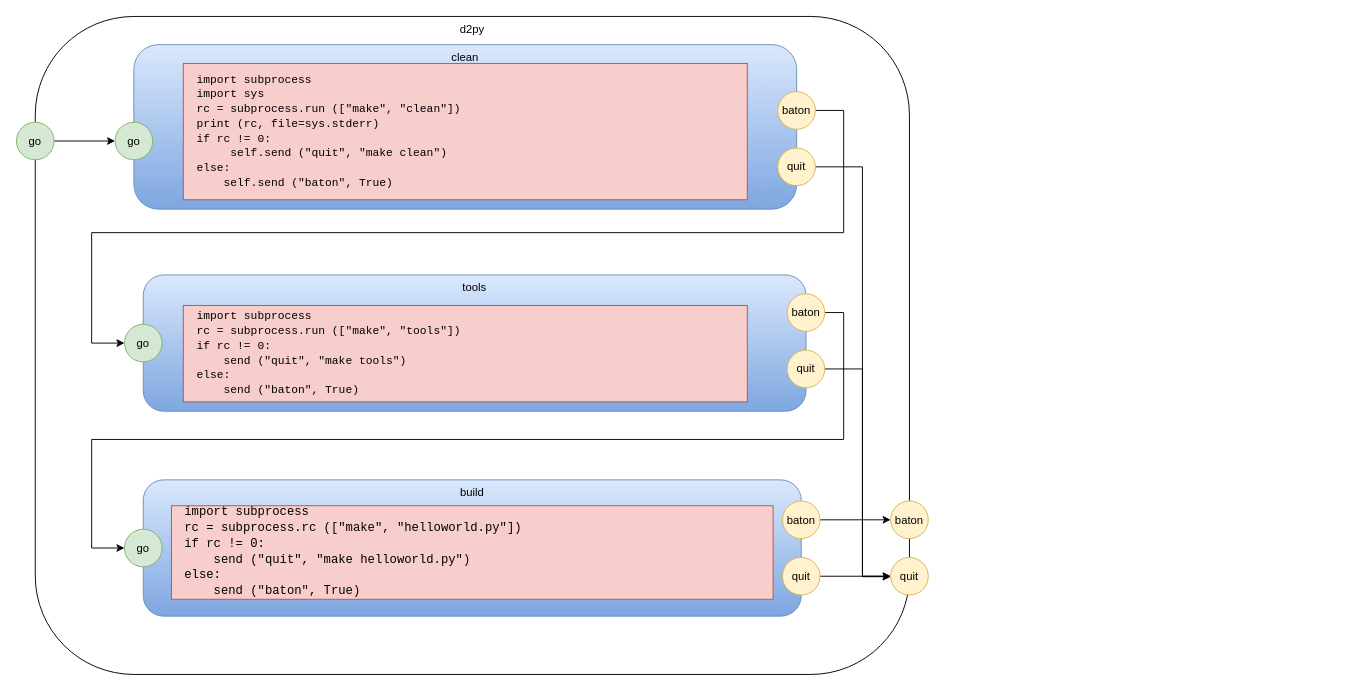
guitarvydas/das keeps this draw.io diagram as d2py.drawio. Above is the earlier version. Source tidied: cells renumbered, new cells numbered last; positions are measured from the earlier drawing's top-left corner, leaving out a move shared by most shapes. Both pictures are drawn from the tidied source at 94%, with x=0, y=0 at pixel (16, 16).
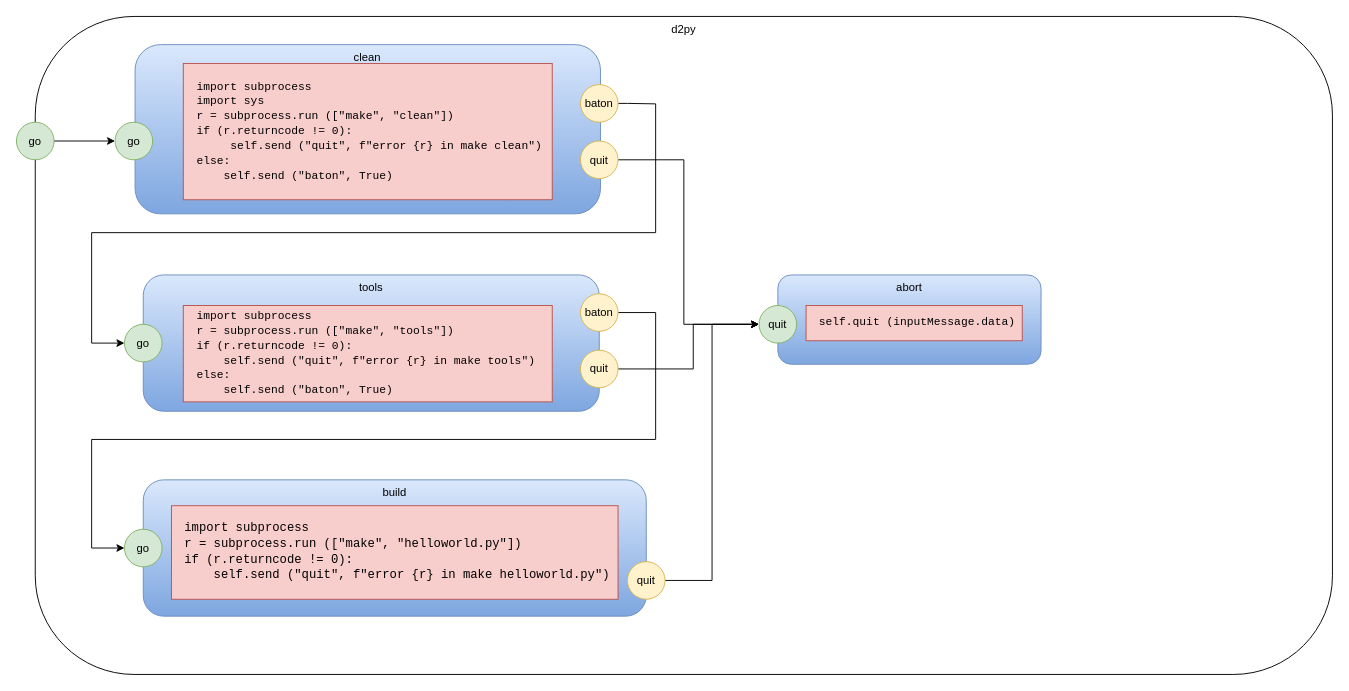
Above is the later version.

The change refers to these unchanged cells:
```xml
<mxCell id="14" value="go" style="ellipse;whiteSpace=wrap;html=1;fillColor=#d5e8d4;strokeColor=#82b366;" parent="1" vertex="1">
  <mxGeometry x="114.9" y="327.5" width="40" height="40" as="geometry" />
</mxCell>
<mxCell id="19" value="go" style="ellipse;whiteSpace=wrap;html=1;fillColor=#d5e8d4;strokeColor=#82b366;" parent="1" vertex="1">
  <mxGeometry x="114.9" y="545.5" width="40" height="40" as="geometry" />
</mxCell>
```

The edit, as a diff of the source:
```diff
@@
     <mxCell id="2" value="d2py" style="rounded=1;whiteSpace=wrap;html=1;verticalAlign=top;" parent="1" vertex="1">
-      <mxGeometry x="20" width="930" height="700" as="geometry" />
+      <mxGeometry x="20" width="1380" height="700" as="geometry" />
     </mxCell>
     <mxCell id="3" value="tools" style="rounded=1;whiteSpace=wrap;html=1;verticalAlign=top;fillColor=#dae8fc;strokeColor=#6c8ebf;gradientColor=#7ea6e0;" parent="1" vertex="1">
-      <mxGeometry x="134.9" y="275" width="705.1" height="145" as="geometry" />
+      <mxGeometry x="134.9" y="275" width="485.1" height="145" as="geometry" />
     </mxCell>
     <mxCell id="4" value="build" style="rounded=1;whiteSpace=wrap;html=1;gradientColor=#7ea6e0;fillColor=#dae8fc;strokeColor=#6c8ebf;verticalAlign=top;" parent="1" vertex="1">
-      <mxGeometry x="134.9" y="493" width="700" height="145" as="geometry" />
+      <mxGeometry x="134.9" y="493" width="535.1" height="145" as="geometry" />
     </mxCell>
     <mxCell id="5" value="clean" style="rounded=1;whiteSpace=wrap;html=1;gradientColor=#7ea6e0;fillColor=#dae8fc;strokeColor=#6c8ebf;verticalAlign=top;" parent="1" vertex="1">
-      <mxGeometry x="124.9" y="30" width="705.1" height="175" as="geometry" />
+      <mxGeometry x="126.2" y="30" width="495.1" height="180" as="geometry" />
     </mxCell>
-    <mxCell id="6" value="&lt;pre class=&quot;lang-py s-code-block&quot; style=&quot;margin-top: 0px ; margin-bottom: 0px ; padding: 12px ; border: 0px ; font-stretch: inherit ; line-height: 1.30769 ; vertical-align: baseline ; box-sizing: inherit ; width: auto ; max-height: 600px ; overflow: auto ; border-radius: 5px ; overflow-wrap: normal&quot;&gt;import subprocess&lt;br&gt;import sys&lt;br&gt;rc = subprocess.run ([&quot;make&quot;, &quot;clean&quot;])&lt;br&gt;print (rc, file=sys.stderr)&lt;br&gt;if rc != 0:&lt;br&gt;     self.send (&quot;quit&quot;, &quot;make clean&quot;)&lt;br&gt;else:&lt;br&gt;    self.send (&quot;baton&quot;, True)&lt;/pre&gt;&lt;div&gt;&lt;/div&gt;" style="rounded=0;whiteSpace=wrap;html=1;fillColor=#f8cecc;strokeColor=#b85450;align=left;" parent="1" vertex="1">
-      <mxGeometry x="177.5" y="50" width="600" height="145" as="geometry" />
+    <mxCell id="6" value="&lt;pre class=&quot;lang-py s-code-block&quot; style=&quot;margin-top: 0px ; margin-bottom: 0px ; padding: 12px ; border: 0px ; font-stretch: inherit ; line-height: 1.30769 ; vertical-align: baseline ; box-sizing: inherit ; width: auto ; max-height: 600px ; overflow: auto ; border-radius: 5px ; overflow-wrap: normal&quot;&gt;import subprocess&lt;br&gt;import sys&lt;br&gt;r = subprocess.run ([&quot;make&quot;, &quot;clean&quot;])&lt;br&gt;if (r.returncode != 0):&lt;br&gt;     self.send (&quot;quit&quot;, f&quot;error {r} in make clean&quot;)&lt;br&gt;else:&lt;br&gt;    self.send (&quot;baton&quot;, True)&lt;/pre&gt;&lt;div&gt;&lt;/div&gt;" style="rounded=0;whiteSpace=wrap;html=1;fillColor=#f8cecc;strokeColor=#b85450;align=left;" parent="1" vertex="1">
+      <mxGeometry x="177.5" y="50" width="392.5" height="145" as="geometry" />
     </mxCell>
-    <mxCell id="7" value="&lt;pre class=&quot;lang-py s-code-block&quot; style=&quot;margin-top: 0px ; margin-bottom: 0px ; padding: 12px ; border: 0px ; font-stretch: inherit ; line-height: 1.30769 ; vertical-align: baseline ; box-sizing: inherit ; width: auto ; max-height: 600px ; overflow: auto ; border-radius: 5px ; overflow-wrap: normal&quot;&gt;import subprocess&lt;br&gt;rc = subprocess.run ([&quot;make&quot;, &quot;tools&quot;])&lt;br&gt;if rc != 0:&lt;br&gt;    send (&quot;quit&quot;, &quot;make tools&quot;)&lt;br&gt;else:&lt;br&gt;    send (&quot;baton&quot;, True)&lt;/pre&gt;&lt;div&gt;&lt;/div&gt;" style="rounded=0;whiteSpace=wrap;html=1;fillColor=#f8cecc;strokeColor=#b85450;align=left;" parent="1" vertex="1">
-      <mxGeometry x="177.5" y="307.5" width="600" height="102.5" as="geometry" />
+    <mxCell id="7" value="&lt;pre class=&quot;lang-py s-code-block&quot; style=&quot;margin-top: 0px ; margin-bottom: 0px ; padding: 12px ; border: 0px ; font-stretch: inherit ; line-height: 1.30769 ; vertical-align: baseline ; box-sizing: inherit ; width: auto ; max-height: 600px ; overflow: auto ; border-radius: 5px ; overflow-wrap: normal&quot;&gt;import subprocess&lt;br&gt;r = subprocess.run ([&quot;make&quot;, &quot;tools&quot;])&lt;br&gt;if (r.returncode != 0):&lt;br&gt;    self.send (&quot;quit&quot;, f&quot;error {r} in make tools&quot;)&lt;br&gt;else:&lt;br&gt;    self.send (&quot;baton&quot;, True)&lt;/pre&gt;&lt;div&gt;&lt;/div&gt;" style="rounded=0;whiteSpace=wrap;html=1;fillColor=#f8cecc;strokeColor=#b85450;align=left;" parent="1" vertex="1">
+      <mxGeometry x="177.5" y="307.5" width="392.5" height="102.5" as="geometry" />
     </mxCell>
-    <mxCell id="8" value="&lt;pre class=&quot;lang-py s-code-block&quot; style=&quot;margin-top: 0px ; margin-bottom: 0px ; padding: 12px ; border: 0px ; font-stretch: inherit ; line-height: 1.30769 ; vertical-align: baseline ; box-sizing: inherit ; width: auto ; max-height: 600px ; overflow: auto ; border-radius: 5px ; overflow-wrap: normal&quot;&gt;&lt;span style=&quot;font-size: 13px&quot;&gt;import subprocess&lt;br&gt;rc = subprocess.rc ([&quot;make&quot;, &quot;helloworld.py&quot;])&lt;br&gt;if rc != 0:&lt;br&gt;    send (&quot;quit&quot;, &quot;make helloworld.py&quot;)&lt;br&gt;else:&lt;br&gt;    send (&quot;baton&quot;, True)&lt;/span&gt;&lt;/pre&gt;&lt;div&gt;&lt;/div&gt;" style="rounded=0;whiteSpace=wrap;html=1;fillColor=#f8cecc;strokeColor=#b85450;align=left;" parent="1" vertex="1">
-      <mxGeometry x="164.9" y="520.5" width="640" height="99.5" as="geometry" />
+    <mxCell id="8" value="&lt;pre class=&quot;lang-py s-code-block&quot; style=&quot;margin-top: 0px ; margin-bottom: 0px ; padding: 12px ; border: 0px ; font-stretch: inherit ; line-height: 1.30769 ; vertical-align: baseline ; box-sizing: inherit ; width: auto ; max-height: 600px ; overflow: auto ; border-radius: 5px ; overflow-wrap: normal&quot;&gt;&lt;span style=&quot;font-size: 13px&quot;&gt;import subprocess&lt;br&gt;r = subprocess.run ([&quot;make&quot;, &quot;helloworld.py&quot;])&lt;br&gt;if (r.returncode != 0):&lt;br&gt;    self.send (&quot;quit&quot;, f&quot;error {r} in make helloworld.py&quot;)&lt;br&gt;&lt;/span&gt;&lt;/pre&gt;&lt;div&gt;&lt;/div&gt;" style="rounded=0;whiteSpace=wrap;html=1;fillColor=#f8cecc;strokeColor=#b85450;align=left;" parent="1" vertex="1">
+      <mxGeometry x="164.9" y="520.5" width="475.1" height="99.5" as="geometry" />
     </mxCell>
@@
     <mxCell id="10" style="edgeStyle=orthogonalEdgeStyle;rounded=0;jettySize=auto;html=1;exitX=1;exitY=0.5;exitDx=0;exitDy=0;entryX=0;entryY=0.5;entryDx=0;entryDy=0;" parent="1" edge="1" source="11" target="14">
       <mxGeometry relative="1" as="geometry">
         <Array as="points">
-          <mxPoint x="880" y="100" />
-          <mxPoint x="880" y="230" />
+          <mxPoint x="650" y="93" />
+          <mxPoint x="680" y="93" />
+          <mxPoint x="680" y="230" />
           <mxPoint x="80" y="230" />
           <mxPoint x="80" y="348" />
         </Array>
       </mxGeometry>
     </mxCell>
     <mxCell id="11" value="baton" style="ellipse;whiteSpace=wrap;html=1;fillColor=#fff2cc;strokeColor=#d6b656;" parent="1" vertex="1">
-      <mxGeometry x="809.9" y="80" width="40" height="40" as="geometry" />
+      <mxGeometry x="600" y="72.5" width="40" height="40" as="geometry" />
     </mxCell>
-    <mxCell id="12" style="edgeStyle=orthogonalEdgeStyle;rounded=0;jettySize=auto;html=1;exitX=1;exitY=0.5;exitDx=0;exitDy=0;" parent="1" edge="1" source="13" target="27">
+    <mxCell id="12" style="edgeStyle=orthogonalEdgeStyle;rounded=0;jettySize=auto;html=1;exitX=1;exitY=0.5;exitDx=0;exitDy=0;entryX=0;entryY=0.5;entryDx=0;entryDy=0;" parent="1" edge="1" source="13" target="27">
       <mxGeometry relative="1" as="geometry">
         <Array as="points">
-          <mxPoint x="900" y="160" />
-          <mxPoint x="900" y="596" />
+          <mxPoint x="710" y="153" />
+          <mxPoint x="710" y="328" />
         </Array>
       </mxGeometry>
     </mxCell>
     <mxCell id="13" value="quit" style="ellipse;whiteSpace=wrap;html=1;fillColor=#fff2cc;strokeColor=#d6b656;" parent="1" vertex="1">
-      <mxGeometry x="809.9" y="140" width="40" height="40" as="geometry" />
+      <mxGeometry x="600" y="132.5" width="40" height="40" as="geometry" />
     </mxCell>
@@
     <mxCell id="15" style="edgeStyle=orthogonalEdgeStyle;rounded=0;jettySize=auto;html=1;exitX=1;exitY=0.5;exitDx=0;exitDy=0;entryX=0;entryY=0.5;entryDx=0;entryDy=0;" parent="1" edge="1" source="16" target="19">
       <mxGeometry relative="1" as="geometry">
         <Array as="points">
-          <mxPoint x="880" y="315" />
-          <mxPoint x="880" y="450" />
+          <mxPoint x="680" y="315" />
+          <mxPoint x="680" y="450" />
           <mxPoint x="80" y="450" />
           <mxPoint x="80" y="566" />
         </Array>
       </mxGeometry>
     </mxCell>
     <mxCell id="16" value="baton" style="ellipse;whiteSpace=wrap;html=1;fillColor=#fff2cc;strokeColor=#d6b656;" parent="1" vertex="1">
-      <mxGeometry x="819.9" y="295" width="40" height="40" as="geometry" />
+      <mxGeometry x="600" y="295" width="40" height="40" as="geometry" />
     </mxCell>
     <mxCell id="17" style="edgeStyle=orthogonalEdgeStyle;rounded=0;jettySize=auto;html=1;exitX=1;exitY=0.5;exitDx=0;exitDy=0;entryX=0;entryY=0.5;entryDx=0;entryDy=0;" parent="1" edge="1" source="18" target="27">
       <mxGeometry relative="1" as="geometry">
         <Array as="points">
-          <mxPoint x="900" y="375" />
-          <mxPoint x="900" y="596" />
+          <mxPoint x="720" y="375" />
+          <mxPoint x="720" y="328" />
         </Array>
       </mxGeometry>
     </mxCell>
     <mxCell id="18" value="quit" style="ellipse;whiteSpace=wrap;html=1;fillColor=#fff2cc;strokeColor=#d6b656;" parent="1" vertex="1">
-      <mxGeometry x="819.9" y="355" width="40" height="40" as="geometry" />
+      <mxGeometry x="600" y="355" width="40" height="40" as="geometry" />
     </mxCell>
@@
-    <mxCell id="20" style="edgeStyle=orthogonalEdgeStyle;rounded=0;jettySize=auto;html=1;exitX=1;exitY=0.5;exitDx=0;exitDy=0;entryX=0;entryY=0.5;entryDx=0;entryDy=0;" parent="1" edge="1" source="21" target="26">
-      <mxGeometry relative="1" as="geometry" />
-    </mxCell>
-    <mxCell id="21" value="baton" style="ellipse;whiteSpace=wrap;html=1;fillColor=#fff2cc;strokeColor=#d6b656;" parent="1" vertex="1">
-      <mxGeometry x="814.9" y="515.5" width="40" height="40" as="geometry" />
-    </mxCell>
@@
     <mxCell id="23" value="quit" style="ellipse;whiteSpace=wrap;html=1;fillColor=#fff2cc;strokeColor=#d6b656;" parent="1" vertex="1">
-      <mxGeometry x="814.9" y="575.5" width="40" height="40" as="geometry" />
+      <mxGeometry x="650" y="580" width="40" height="40" as="geometry" />
     </mxCell>
@@
-    <mxCell id="26" value="baton" style="ellipse;whiteSpace=wrap;html=1;fillColor=#fff2cc;strokeColor=#d6b656;" parent="1" vertex="1">
-      <mxGeometry x="930" y="515.5" width="40" height="40" as="geometry" />
-    </mxCell>
+    <mxCell id="28" value="abort" style="rounded=1;whiteSpace=wrap;html=1;gradientColor=#7ea6e0;fillColor=#dae8fc;strokeColor=#6c8ebf;verticalAlign=top;" parent="1" vertex="1">
+      <mxGeometry x="810" y="275" width="280" height="95" as="geometry" />
+    </mxCell>
+    <mxCell id="29" value="&lt;pre class=&quot;lang-py s-code-block&quot; style=&quot;margin-top: 0px ; margin-bottom: 0px ; padding: 12px ; border: 0px ; font-stretch: inherit ; line-height: 1.30769 ; vertical-align: baseline ; box-sizing: inherit ; width: auto ; max-height: 600px ; overflow: auto ; border-radius: 5px ; overflow-wrap: normal&quot;&gt;self.quit (inputMessage.data)&lt;/pre&gt;&lt;div&gt;&lt;/div&gt;" style="rounded=0;whiteSpace=wrap;html=1;fillColor=#f8cecc;strokeColor=#b85450;align=left;" parent="1" vertex="1">
+      <mxGeometry x="840" y="307.5" width="230" height="37.5" as="geometry" />
+    </mxCell>
-    <mxCell id="27" value="quit" style="ellipse;whiteSpace=wrap;html=1;fillColor=#fff2cc;strokeColor=#d6b656;" parent="1" vertex="1">
-      <mxGeometry x="930" y="575.5" width="40" height="40" as="geometry" />
+    <mxCell id="27" value="quit" style="ellipse;whiteSpace=wrap;html=1;fillColor=#d5e8d4;strokeColor=#82b366;" parent="1" vertex="1">
+      <mxGeometry x="790" y="307.5" width="40" height="40" as="geometry" />
     </mxCell>
```
